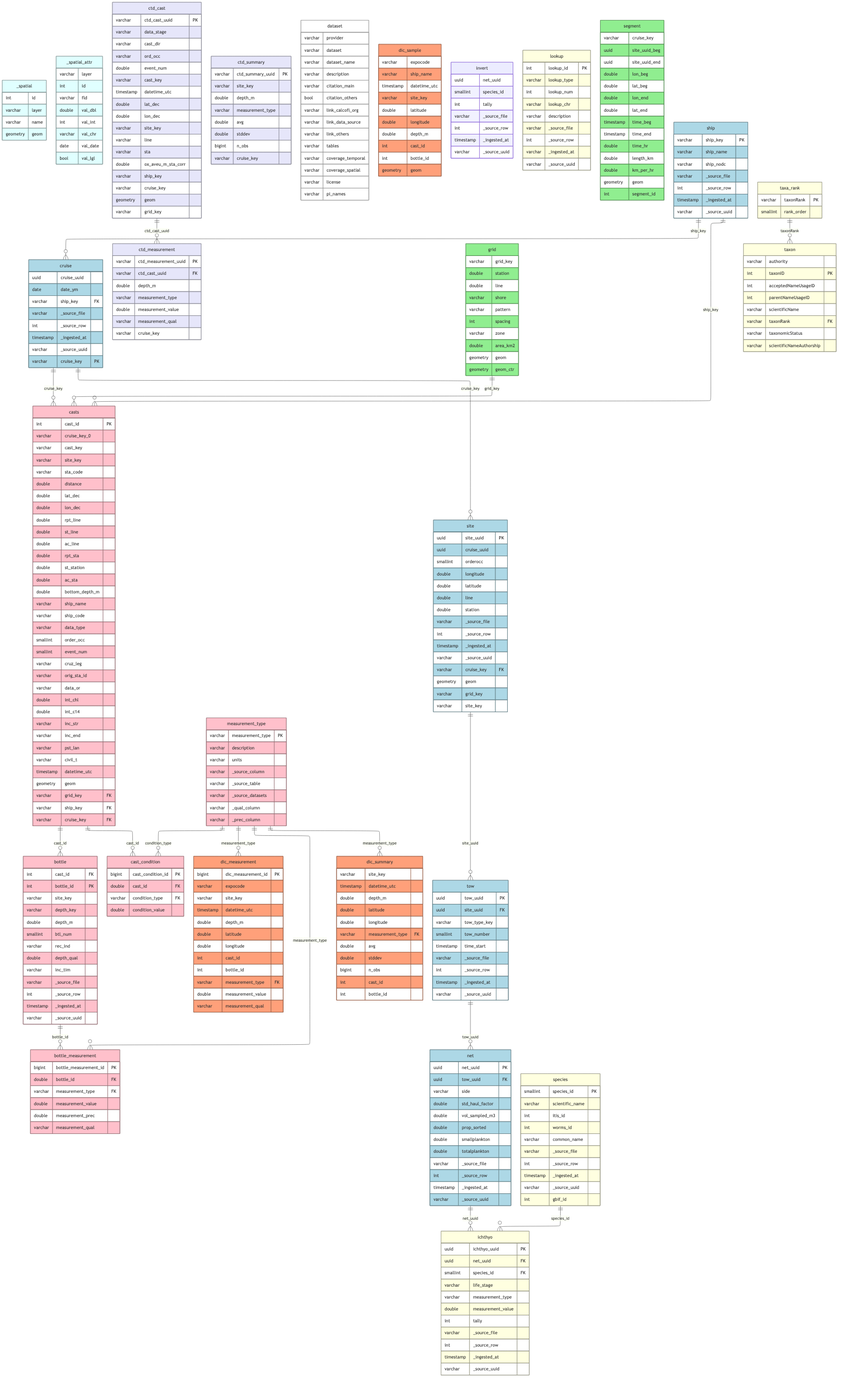
CalCOFI/workflows keeps this Mermaid diagram as _output/release_database_files/figure-html/combined_schema-1.png. Above is the earlier version. Its source is kept beside it as _output/release_database_files/figure-html/combined_schema-1.mmd.
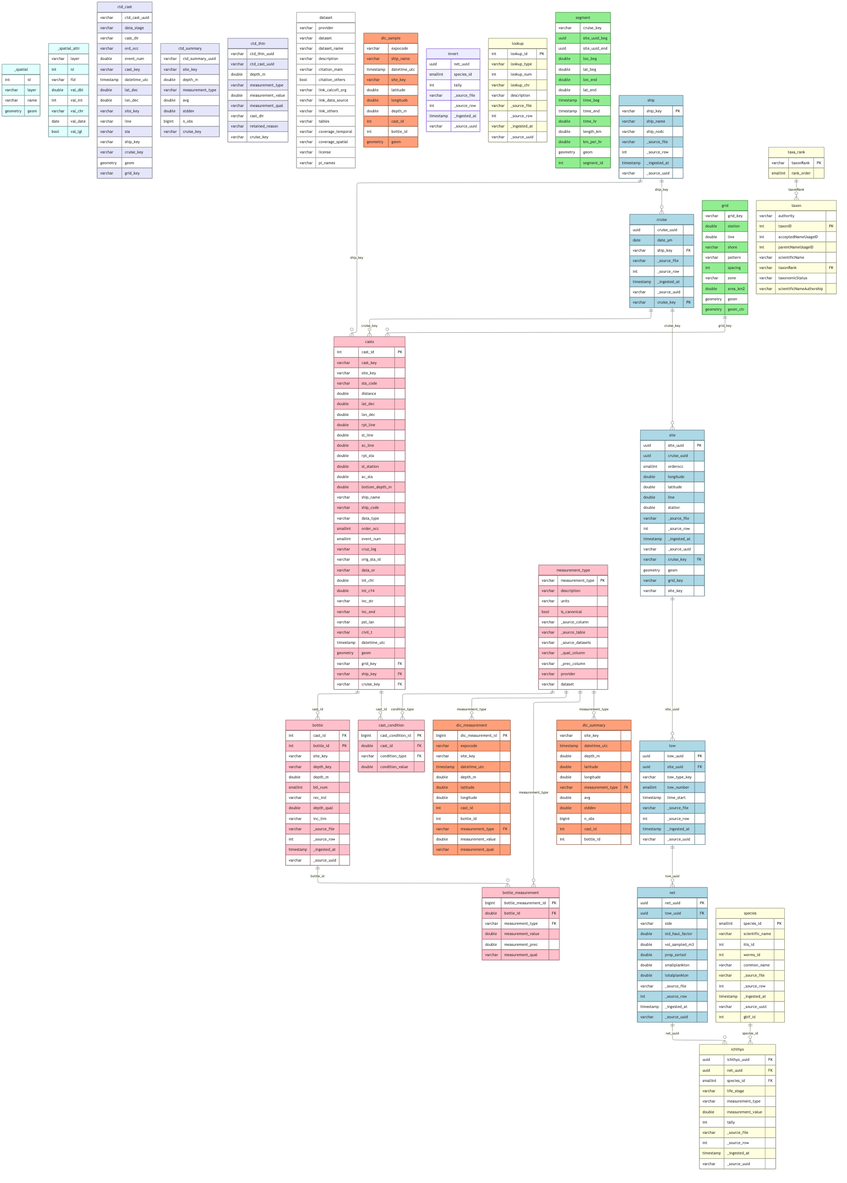
Above is the later version.

Change to the diagram source:
```diff
@@ -50,7 +50,6 @@
     }
     casts {
         int cast_id PK
-        varchar cruise_key_0
         varchar cast_key
         varchar site_key
         varchar sta_code
@@ -95,7 +94,7 @@
         varchar cruise_key PK
     }
     ctd_cast {
-        varchar ctd_cast_uuid PK
+        varchar ctd_cast_uuid
         varchar data_stage
         varchar cast_dir
         varchar ord_occ
@@ -107,29 +106,30 @@
         varchar site_key
         varchar line
         varchar sta
-        double ox_aveu_m_sta_corr
         varchar ship_key
         varchar cruise_key
         geometry geom
         varchar grid_key
     }
-    ctd_measurement {
-        varchar ctd_measurement_uuid PK
-        varchar ctd_cast_uuid FK
-        double depth_m
-        varchar measurement_type
-        double measurement_value
-        varchar measurement_qual
-        varchar cruise_key
-    }
     ctd_summary {
-        varchar ctd_summary_uuid PK
+        varchar ctd_summary_uuid
         varchar site_key
         double depth_m
         varchar measurement_type
         double avg
         double stddev
         bigint n_obs
+        varchar cruise_key
+    }
+    ctd_thin {
+        varchar ctd_thin_uuid
+        varchar ctd_cast_uuid
+        double depth_m
+        varchar measurement_type
+        double measurement_value
+        varchar measurement_qual
+        varchar cast_dir
+        varchar retained_reason
         varchar cruise_key
     }
     dataset {
@@ -236,11 +236,14 @@
         varchar measurement_type PK
         varchar description
         varchar units
+        bool is_canonical
         varchar _source_column
         varchar _source_table
         varchar _source_datasets
         varchar _qual_column
         varchar _prec_column
+        varchar provider
+        varchar dataset
     }
     net {
         uuid net_uuid PK
@@ -347,7 +350,6 @@
     measurement_type ||--o{ bottle_measurement : "measurement_type"
     casts ||--o{ cast_condition : "cast_id"
     measurement_type ||--o{ cast_condition : "condition_type"
-    ctd_cast ||--o{ ctd_measurement : "ctd_cast_uuid"
     measurement_type ||--o{ dic_measurement : "measurement_type"
     measurement_type ||--o{ dic_summary : "measurement_type"
     cruise ||--o{ casts : "cruise_key"
@@ -362,7 +364,7 @@
     classDef pink fill:#FFC0CB,stroke:#99737A
     class casts,bottle,bottle_measurement,cast_condition,measurement_type pink
     classDef lavender fill:#E6E6FA,stroke:#8A8A96
-    class ctd_cast,ctd_measurement,ctd_summary lavender
+    class ctd_cast,ctd_thin,ctd_summary lavender
     classDef lightsalmon fill:#FFA07A,stroke:#996049
     class dic_sample,dic_measurement,dic_summary lightsalmon
     classDef lightcyan fill:#E0FFFF,stroke:#869999
```
